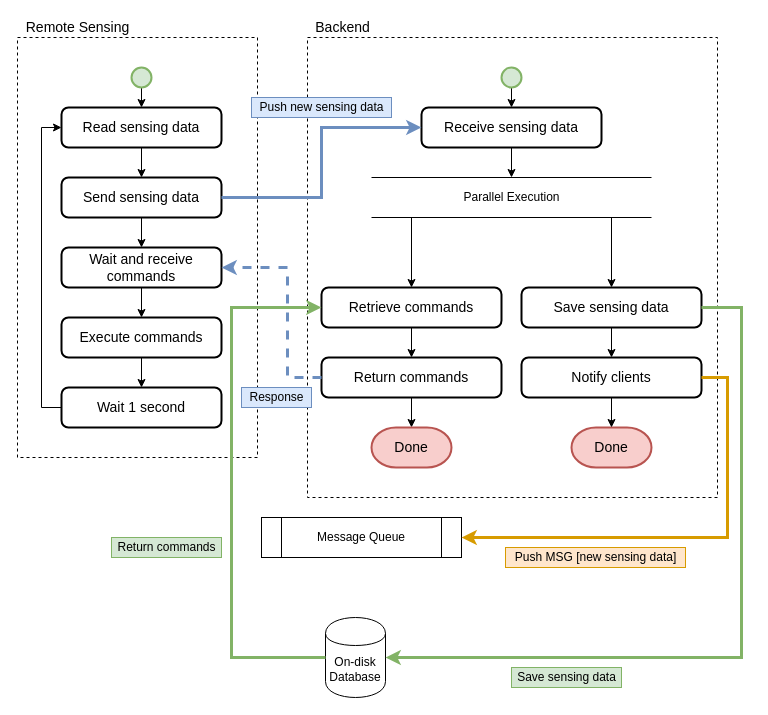
This is drawios/c4-recording.drawio from Zachaccino/Thesis-Paper, a draw.io file, before an edit. Source tidied: cells renumbered, new cells numbered last; positions are measured from the earlier drawing's top-left corner, leaving out a move shared by most shapes. Both pictures are drawn from the tidied source at 100%, with x=0, y=0 at pixel (17, 17).
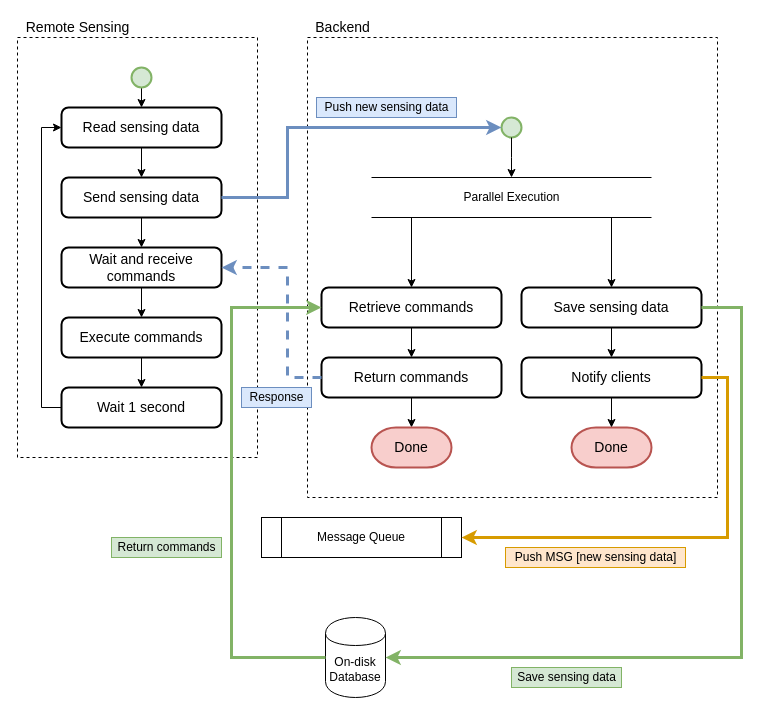
The same diagram, later.

The change refers to these unchanged cells:
```xml
<mxCell id="12" value="Send sensing data" style="rounded=1;whiteSpace=wrap;html=1;absoluteArcSize=1;arcSize=14;strokeWidth=2;fontSize=14;" parent="1" vertex="1">
  <mxGeometry x="44" y="160" width="160" height="40" as="geometry" />
</mxCell>
```

What changed in the source:
```diff
@@
-    <mxCell id="7" style="edgeStyle=orthogonalEdgeStyle;rounded=0;jettySize=auto;html=1;exitX=0.5;exitY=1;exitDx=0;exitDy=0;exitPerimeter=0;entryX=0.5;entryY=0;entryDx=0;entryDy=0;fontSize=14;" parent="1" edge="1" source="8" target="10">
-      <mxGeometry relative="1" as="geometry" />
-    </mxCell>
     <mxCell id="8" style="strokeWidth=2;html=1;shape=mxgraph.flowchart.start_2;whiteSpace=wrap;fillColor=#d5e8d4;strokeColor=#82b366;fontSize=14;" parent="1" vertex="1">
-      <mxGeometry x="484" y="50" width="20" height="20" as="geometry" />
+      <mxGeometry x="484" y="100" width="20" height="20" as="geometry" />
     </mxCell>
-    <mxCell id="9" style="edgeStyle=orthogonalEdgeStyle;rounded=0;jettySize=auto;html=1;exitX=0.5;exitY=1;exitDx=0;exitDy=0;entryX=0.5;entryY=0;entryDx=0;entryDy=0;fontSize=14;" parent="1" edge="1" source="10">
+    <mxCell id="9" style="edgeStyle=orthogonalEdgeStyle;rounded=0;jettySize=auto;html=1;exitX=0.5;exitY=1;exitDx=0;exitDy=0;entryX=0.5;entryY=0;entryDx=0;entryDy=0;fontSize=14;exitPerimeter=0;" parent="1" edge="1" source="8">
       <mxGeometry relative="1" as="geometry">
         <mxPoint x="494" y="160" as="targetPoint" />
       </mxGeometry>
     </mxCell>
-    <mxCell id="10" value="Receive sensing data" style="rounded=1;whiteSpace=wrap;html=1;absoluteArcSize=1;arcSize=14;strokeWidth=2;fontSize=14;" parent="1" vertex="1">
-      <mxGeometry x="404" y="90" width="180" height="40" as="geometry" />
-    </mxCell>
@@
-    <mxCell id="42" style="edgeStyle=orthogonalEdgeStyle;rounded=0;jettySize=auto;html=1;exitX=1;exitY=0.5;exitDx=0;exitDy=0;entryX=0;entryY=0.5;entryDx=0;entryDy=0;strokeWidth=3;fillColor=#dae8fc;strokeColor=#6c8ebf;" parent="1" edge="1" source="12" target="10">
-      <mxGeometry relative="1" as="geometry" />
+    <mxCell id="42" style="edgeStyle=orthogonalEdgeStyle;rounded=0;jettySize=auto;html=1;exitX=1;exitY=0.5;exitDx=0;exitDy=0;entryX=0;entryY=0.5;entryDx=0;entryDy=0;strokeWidth=3;fillColor=#dae8fc;strokeColor=#6c8ebf;entryPerimeter=0;" parent="1" edge="1" source="12" target="8">
+      <mxGeometry relative="1" as="geometry">
+        <Array as="points">
+          <mxPoint x="270" y="180" />
+          <mxPoint x="270" y="110" />
+        </Array>
+      </mxGeometry>
     </mxCell>
@@
     <mxCell id="44" value="Push new sensing data" style="text;html=1;align=center;verticalAlign=middle;fillColor=#dae8fc;strokeColor=#6c8ebf;" parent="1" vertex="1">
-      <mxGeometry x="234" y="80" width="140" height="20" as="geometry" />
+      <mxGeometry x="299" y="80" width="140" height="20" as="geometry" />
     </mxCell>
```
